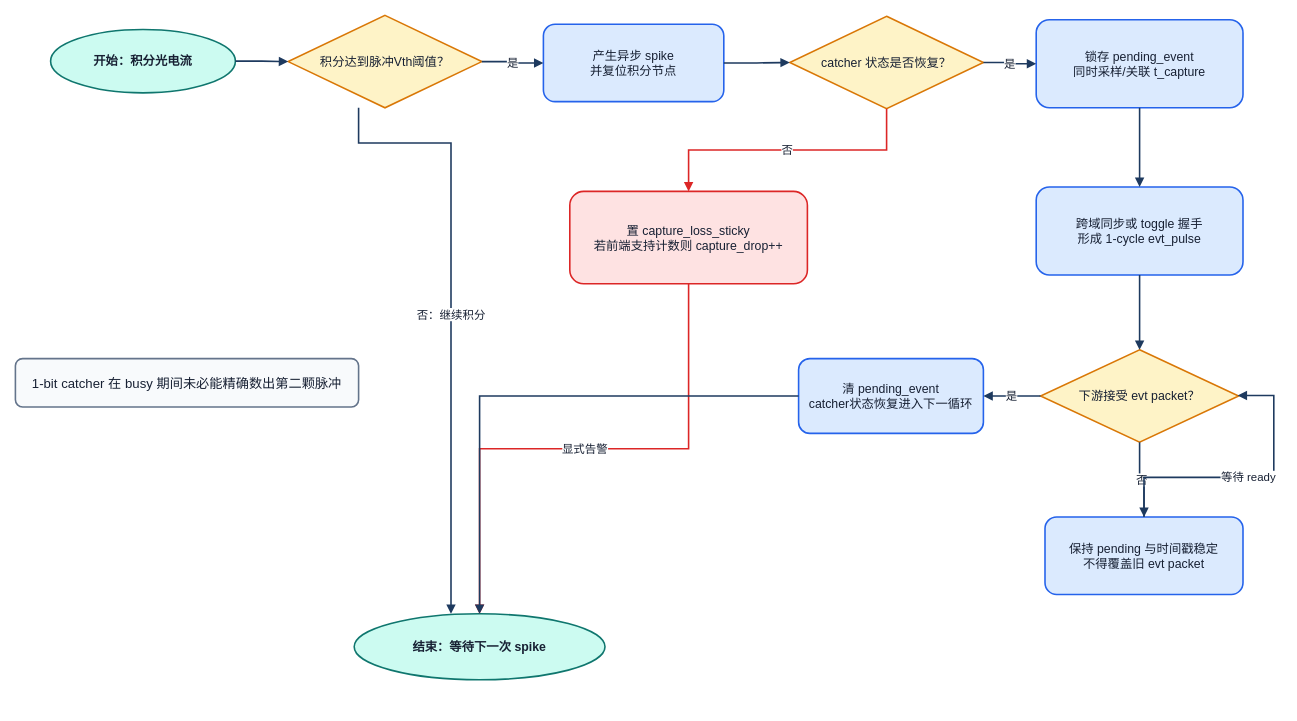
This is page "03_PFM脉冲捕获流程" (3 of 31) of PFM_AER_v6_核心纯流程图与状态机_0721_v3.drawio from qcm0224/SimpleLatexVisualize, a draw.io file, before an edit. Source tidied: cells renumbered, new cells numbered last; positions are measured from the earlier drawing's top-left corner, leaving out a move shared by most shapes. Both pictures are drawn from the tidied source at 88%, with x=0, y=0 at pixel (15, 15).
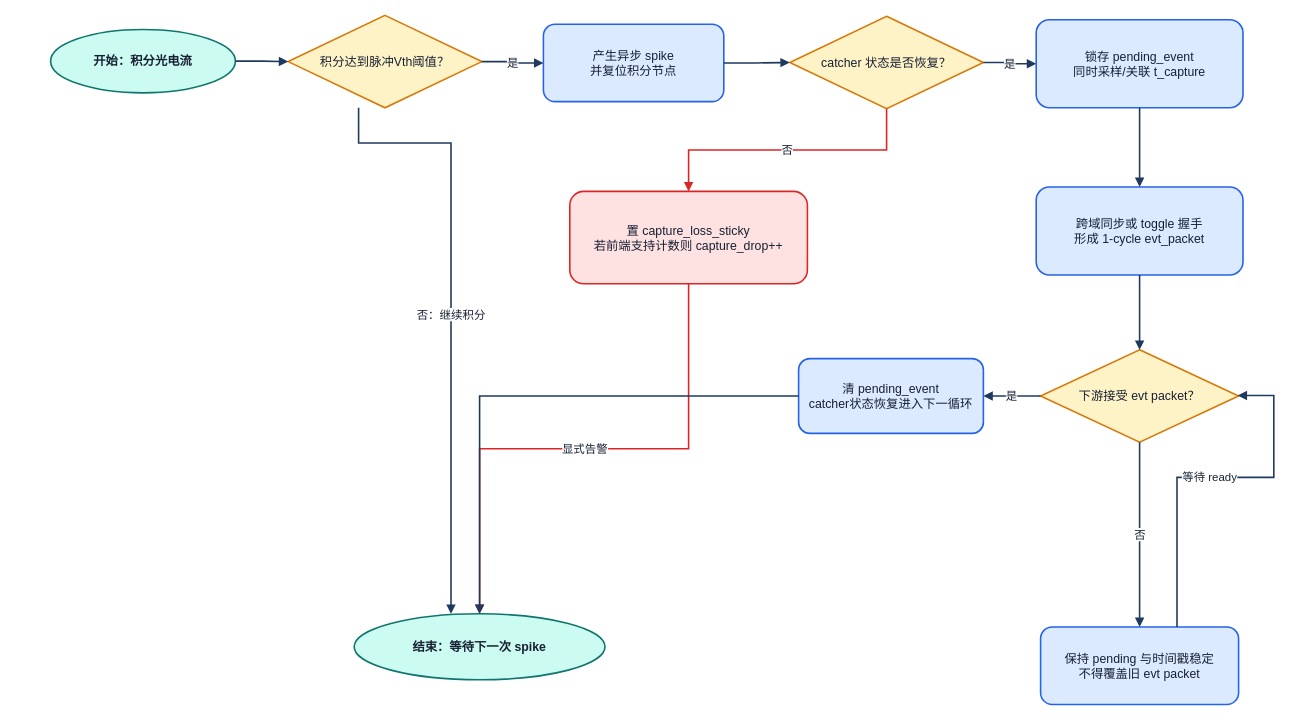
The same page after the edit.

The change refers to these unchanged cells:
```xml
<mxCell id="8" value="下游接受 evt packet？" style="whiteSpace=wrap;html=1;fillColor=#FEF3C7;strokeColor=#D97706;fontColor=#172033;fontSize=14;fontFamily=Arial;align=center;verticalAlign=middle;spacing=6;strokeWidth=1.8;rounded=1;shape=rhombus;perimeter=rhombusPerimeter;rounded=0;" parent="1" vertex="1">
  <mxGeometry x="1165" y="380" width="225" height="105" as="geometry" />
</mxCell>
```

Change to the diagram source:
```diff
@@
-    <mxCell id="7" value="跨域同步或 toggle 握手&lt;br&gt;形成 1-cycle evt_pulse" style="whiteSpace=wrap;html=1;fillColor=#DBEAFE;strokeColor=#2563EB;fontColor=#172033;fontSize=14;fontFamily=Arial;align=center;verticalAlign=middle;spacing=6;strokeWidth=1.8;rounded=1;" parent="1" vertex="1">
+    <mxCell id="7" value="跨域同步或 toggle 握手&lt;br&gt;形成 1-cycle evt_packet" style="whiteSpace=wrap;html=1;fillColor=#DBEAFE;strokeColor=#2563EB;fontColor=#172033;fontSize=14;fontFamily=Arial;align=center;verticalAlign=middle;spacing=6;strokeWidth=1.8;rounded=1;" parent="1" vertex="1">
       <mxGeometry x="1160" y="195" width="235" height="100" as="geometry" />
     </mxCell>
@@
     <mxCell id="10" value="保持 pending 与时间戳稳定&lt;br&gt;不得覆盖旧 evt packet" style="whiteSpace=wrap;html=1;fillColor=#DBEAFE;strokeColor=#2563EB;fontColor=#172033;fontSize=14;fontFamily=Arial;align=center;verticalAlign=middle;spacing=6;strokeWidth=1.8;rounded=1;" parent="1" vertex="1">
-      <mxGeometry x="1170" y="570" width="225" height="88" as="geometry" />
+      <mxGeometry x="1165" y="695" width="225" height="88" as="geometry" />
     </mxCell>
@@
-    <mxCell id="13" value="1-bit catcher 在 busy 期间未必能精确数出第二颗脉冲" style="whiteSpace=wrap;html=1;fillColor=#F8FAFC;strokeColor=#64748B;fontColor=#172033;fontSize=15;fontFamily=Arial;align=center;verticalAlign=middle;spacing=6;strokeWidth=1.8;rounded=1;" parent="1" vertex="1">
-      <mxGeometry y="390" width="390" height="55" as="geometry" />
-    </mxCell>
@@
     <mxCell id="25" value="等待 ready" style="edgeStyle=orthogonalEdgeStyle;rounded=0;jettySize=auto;html=1;strokeColor=#1E3A5F;strokeWidth=1.8;dashed=0;endArrow=block;endFill=1;fontSize=13;fontColor=#172033;labelBackgroundColor=#FFFFFF;" parent="1" edge="1" source="10" target="8">
       <mxGeometry relative="1" as="geometry">
         <Array as="points">
-          <mxPoint x="1282" y="525" />
+          <mxPoint x="1320" y="525" />
           <mxPoint x="1430" y="525" />
           <mxPoint x="1430" y="432" />
         </Array>
       </mxGeometry>
     </mxCell>
```
